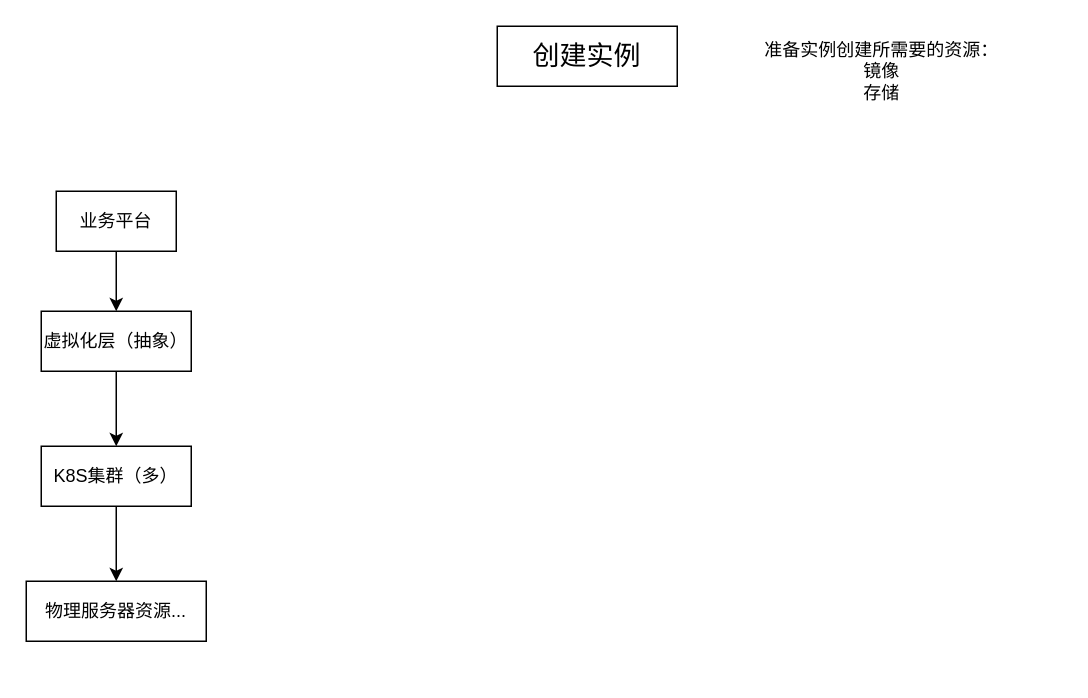
Earlier version of the draw.io diagram assets/jishu.drawio (gogowaiting/gogowaiting.github.io). Source tidied: cells renumbered, new cells numbered last; positions are measured from the earlier drawing's top-left corner, leaving out a move shared by most shapes. Both pictures are drawn from the tidied source at 150%, with x=0, y=0 at pixel (26, 26).
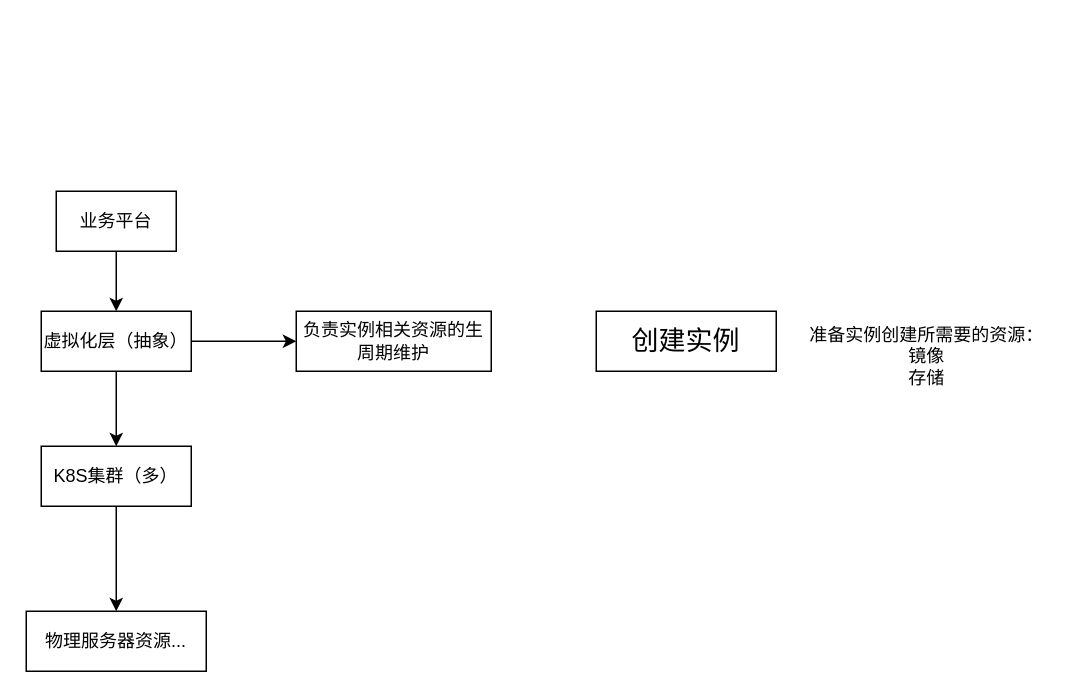
After the change.

The edit, as a diff of the source:
```diff
@@
 <mxGraphModel>
   <root>
     <mxCell id="0" />
     <mxCell id="1" parent="0" />
     <mxCell id="2" value="&lt;font style=&quot;font-size: 18px;&quot;&gt;创建实例&lt;/font&gt;" style="rounded=0;whiteSpace=wrap;html=1;" parent="1" vertex="1">
-      <mxGeometry x="314" width="120" height="40" as="geometry" />
+      <mxGeometry x="380" y="190" width="120" height="40" as="geometry" />
     </mxCell>
     <mxCell id="3" value="准备实例创建所需要的资源：&lt;br&gt;镜像&lt;div&gt;存储&lt;/div&gt;" style="text;html=1;align=center;verticalAlign=middle;strokeColor=none;fillColor=none;" parent="1" vertex="1">
-      <mxGeometry x="480" width="180" height="60" as="geometry" />
+      <mxGeometry x="510" y="190" width="180" height="60" as="geometry" />
     </mxCell>
     <mxCell id="4" value="业务平台" style="rounded=0;whiteSpace=wrap;html=1;" parent="1" vertex="1">
       <mxGeometry x="20" y="110" width="80" height="40" as="geometry" />
     </mxCell>
     <mxCell id="5" style="edgeStyle=orthogonalEdgeStyle;rounded=0;jettySize=auto;html=1;" parent="1" edge="1" source="6" target="9">
       <mxGeometry relative="1" as="geometry">
         <Array as="points">
           <mxPoint x="60" y="270" />
           <mxPoint x="60" y="270" />
         </Array>
       </mxGeometry>
     </mxCell>
+    <mxCell id="11" style="edgeStyle=orthogonalEdgeStyle;rounded=0;jettySize=auto;html=1;" parent="1" edge="1" source="6" target="12">
+      <mxGeometry relative="1" as="geometry" />
+    </mxCell>
     <mxCell id="6" value="虚拟化层（抽象）" style="rounded=0;whiteSpace=wrap;html=1;" parent="1" vertex="1">
       <mxGeometry x="10" y="190" width="100" height="40" as="geometry" />
     </mxCell>
     <mxCell id="7" style="endArrow=classic;html=1;rounded=0;exitX=0.5;exitY=1;exitDx=0;exitDy=0;" parent="1" edge="1" source="4" target="6">
       <mxGeometry relative="1" as="geometry" />
     </mxCell>
     <mxCell id="8" style="edgeStyle=orthogonalEdgeStyle;rounded=0;jettySize=auto;html=1;" parent="1" edge="1" source="9" target="10">
       <mxGeometry relative="1" as="geometry" />
     </mxCell>
     <mxCell id="9" value="K8S集群（多）" style="rounded=0;whiteSpace=wrap;html=1;" parent="1" vertex="1">
       <mxGeometry x="10" y="280" width="100" height="40" as="geometry" />
     </mxCell>
     <mxCell id="10" value="物理服务器资源..." style="rounded=0;whiteSpace=wrap;html=1;" parent="1" vertex="1">
-      <mxGeometry y="370" width="120" height="40" as="geometry" />
+      <mxGeometry y="390" width="120" height="40" as="geometry" />
     </mxCell>
+    <mxCell id="12" value="负责实例相关资源的生周期维护" style="rounded=0;whiteSpace=wrap;html=1;" parent="1" vertex="1">
+      <mxGeometry x="180" y="190" width="130" height="40" as="geometry" />
+    </mxCell>
   </root>
 </mxGraphModel>
```
